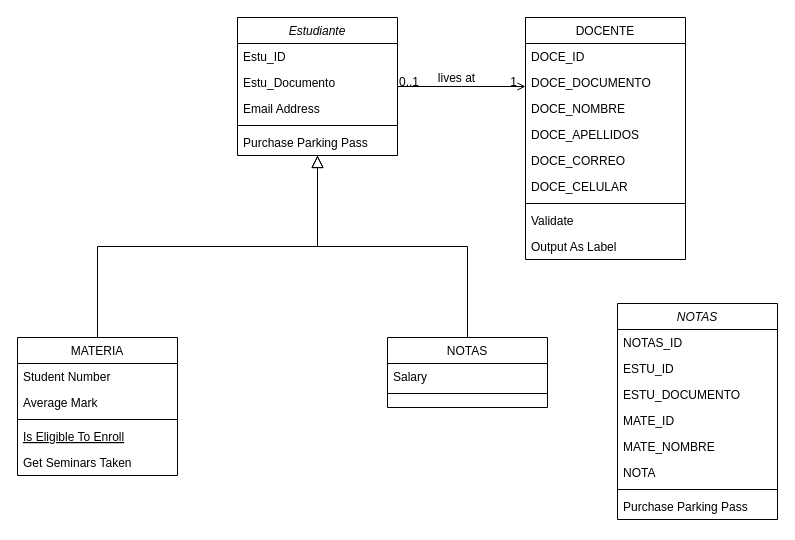
RichardYauc/Diagrama-clases keeps this draw.io diagram as Diagrama sin título.drawio. Above is the earlier version. Source tidied: cells renumbered, new cells numbered last; positions are measured from the earlier drawing's top-left corner, leaving out a move shared by most shapes. Both pictures are drawn from the tidied source at 100%, with x=0, y=0 at pixel (17, 17).
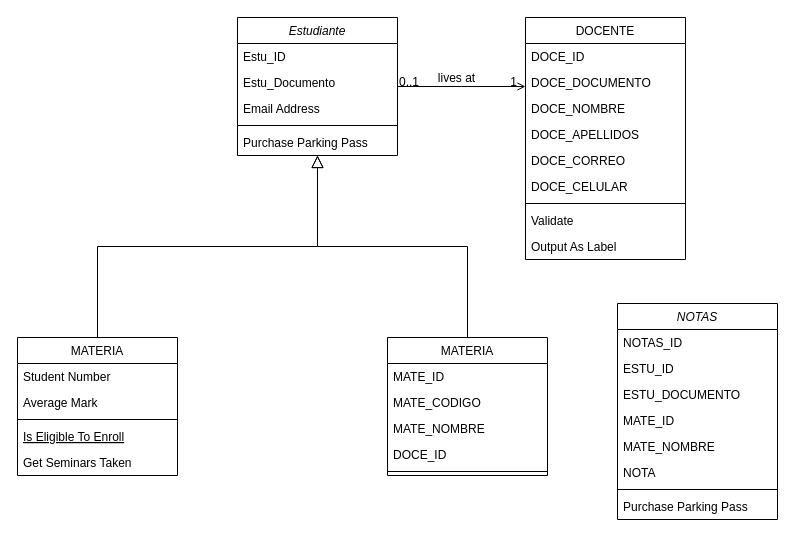
Above is the later version.

Change to the diagram source:
```diff
@@
-    <mxCell id="15" value="NOTAS" style="swimlane;fontStyle=0;align=center;verticalAlign=top;horizontal=1;startSize=26;rounded=0;shadow=0;strokeWidth=1;" parent="1" vertex="1">
-      <mxGeometry x="370" y="320" width="160" height="70" as="geometry" />
+    <mxCell id="15" value="MATERIA" style="swimlane;fontStyle=0;align=center;verticalAlign=top;horizontal=1;startSize=26;rounded=0;shadow=0;strokeWidth=1;" parent="1" vertex="1">
+      <mxGeometry x="370" y="320" width="160" height="138" as="geometry" />
     </mxCell>
-    <mxCell id="16" value="Salary" style="text;align=left;verticalAlign=top;spacingLeft=4;spacingRight=4;overflow=hidden;" parent="15" vertex="1">
+    <mxCell id="16" value="MATE_ID" style="text;align=left;verticalAlign=top;spacingLeft=4;spacingRight=4;overflow=hidden;" parent="15" vertex="1">
       <mxGeometry y="26" width="160" height="26" as="geometry" />
     </mxCell>
+    <mxCell id="42" value="MATE_CODIGO" style="text;align=left;verticalAlign=top;spacingLeft=4;spacingRight=4;overflow=hidden;" parent="15" vertex="1">
+      <mxGeometry y="52" width="160" height="26" as="geometry" />
+    </mxCell>
+    <mxCell id="43" value="MATE_NOMBRE" style="text;align=left;verticalAlign=top;spacingLeft=4;spacingRight=4;overflow=hidden;" parent="15" vertex="1">
+      <mxGeometry y="78" width="160" height="26" as="geometry" />
+    </mxCell>
+    <mxCell id="44" value="DOCE_ID" style="text;align=left;verticalAlign=top;spacingLeft=4;spacingRight=4;overflow=hidden;" parent="15" vertex="1">
+      <mxGeometry y="104" width="160" height="26" as="geometry" />
+    </mxCell>
     <mxCell id="17" style="line;html=1;strokeWidth=1;align=left;verticalAlign=middle;spacingTop=-1;spacingLeft=3;spacingRight=3;labelPosition=right;" parent="15" vertex="1">
-      <mxGeometry y="52" width="160" height="8" as="geometry" />
+      <mxGeometry y="130" width="160" height="8" as="geometry" />
     </mxCell>
```
